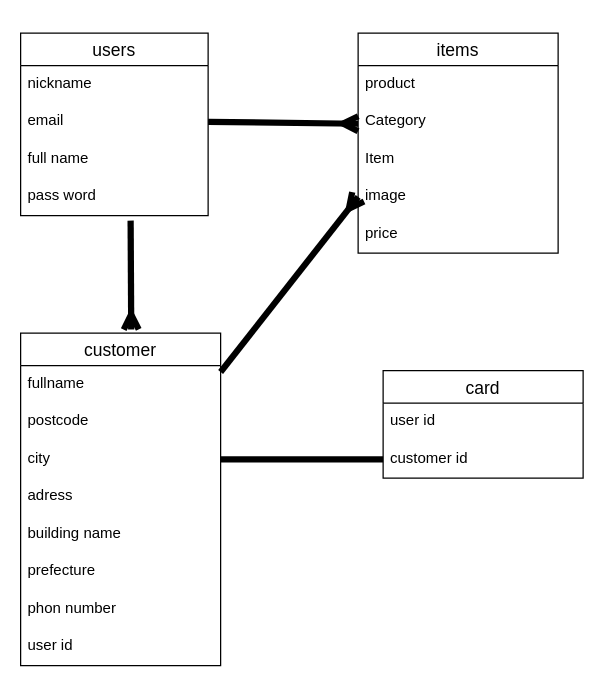
Before: config/readme.dio in tya-suke/furima-38764, a draw.io diagram. Source tidied: cells renumbered, new cells numbered last; positions are measured from the earlier drawing's top-left corner, leaving out a move shared by most shapes. Both pictures are drawn from the tidied source at 125%, with x=0, y=0 at pixel (20, 32).
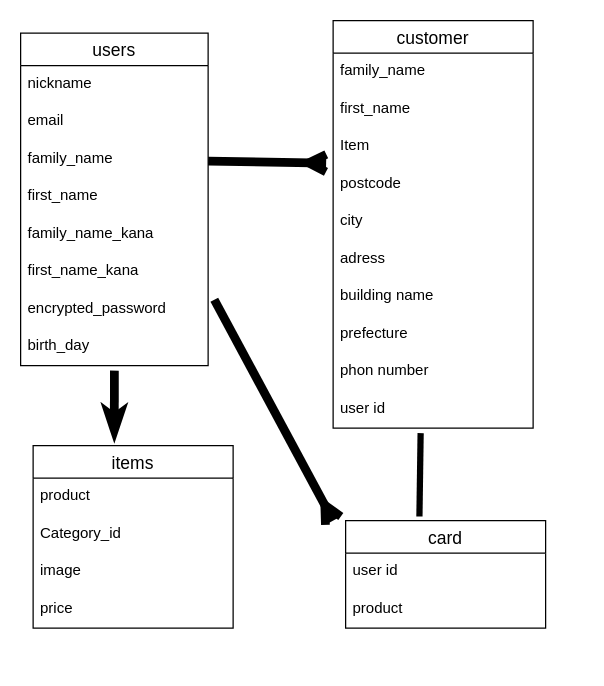
Above is the later version.

The change refers to these unchanged cells:
```xml
<mxCell id="4" value="email" style="text;strokeColor=none;fillColor=none;spacingLeft=4;spacingRight=4;overflow=hidden;points=[[0,0.5],[1,0.5]];portConstraint=eastwest;fontSize=12;" parent="2" vertex="1">
  <mxGeometry y="56" width="150" height="30" as="geometry" />
</mxCell>
```

Change to the diagram source:
```diff
@@
     <mxCell id="2" value="users" style="swimlane;fontStyle=0;horizontal=1;startSize=26;align=center;fontSize=14;rounded=0;" parent="1" vertex="1">
-      <mxGeometry width="150" height="146" as="geometry" />
+      <mxGeometry width="150" height="266" as="geometry" />
     </mxCell>
@@
-    <mxCell id="5" value="full name" style="text;strokeColor=none;fillColor=none;spacingLeft=4;spacingRight=4;overflow=hidden;fontSize=12;" parent="2" vertex="1">
-      <mxGeometry y="86" width="150" height="30" as="geometry" />
-    </mxCell>
-    <mxCell id="6" value="pass word" style="text;strokeColor=none;fillColor=none;spacingLeft=4;spacingRight=4;overflow=hidden;fontSize=12;rounded=0;" parent="2" vertex="1">
-      <mxGeometry y="116" width="150" height="30" as="geometry" />
-    </mxCell>
+    <mxCell id="29" value="family_name " style="text;strokeColor=none;fillColor=none;spacingLeft=4;spacingRight=4;overflow=hidden;points=[[0,0.5],[1,0.5]];portConstraint=eastwest;fontSize=12;" parent="2" vertex="1">
+      <mxGeometry y="86" width="150" height="30" as="geometry" />
+    </mxCell>
+    <mxCell id="30" value="first_name" style="text;strokeColor=none;fillColor=none;spacingLeft=4;spacingRight=4;overflow=hidden;fontSize=12;" parent="2" vertex="1">
+      <mxGeometry y="116" width="150" height="30" as="geometry" />
+    </mxCell>
+    <mxCell id="31" value="family_name_kana " style="text;strokeColor=none;fillColor=none;spacingLeft=4;spacingRight=4;overflow=hidden;fontSize=12;" parent="2" vertex="1">
+      <mxGeometry y="146" width="150" height="30" as="geometry" />
+    </mxCell>
+    <mxCell id="32" value="first_name_kana " style="text;strokeColor=none;fillColor=none;spacingLeft=4;spacingRight=4;overflow=hidden;fontSize=12;" parent="2" vertex="1">
+      <mxGeometry y="176" width="150" height="30" as="geometry" />
+    </mxCell>
+    <mxCell id="33" value="encrypted_password" style="text;strokeColor=none;fillColor=none;spacingLeft=4;spacingRight=4;overflow=hidden;points=[[0,0.5],[1,0.5]];portConstraint=eastwest;fontSize=12;" parent="2" vertex="1">
+      <mxGeometry y="206" width="150" height="30" as="geometry" />
+    </mxCell>
+    <mxCell id="34" value="birth_day " style="text;strokeColor=none;fillColor=none;spacingLeft=4;spacingRight=4;overflow=hidden;fontSize=12;" parent="2" vertex="1">
+      <mxGeometry y="236" width="150" height="30" as="geometry" />
+    </mxCell>
     <mxCell id="7" value="items" style="swimlane;fontStyle=0;horizontal=1;startSize=26;align=center;fontSize=14;rounded=0;" parent="1" vertex="1">
-      <mxGeometry x="270" width="160" height="176" as="geometry" />
+      <mxGeometry x="10" y="330" width="160" height="146" as="geometry" />
     </mxCell>
@@
-    <mxCell id="9" value="Category" style="text;strokeColor=none;fillColor=none;spacingLeft=4;spacingRight=4;overflow=hidden;fontSize=12;rounded=0;" parent="7" vertex="1">
+    <mxCell id="9" value="Category_id" style="text;strokeColor=none;fillColor=none;spacingLeft=4;spacingRight=4;overflow=hidden;fontSize=12;rounded=0;" parent="7" vertex="1">
       <mxGeometry y="56" width="160" height="30" as="geometry" />
     </mxCell>
-    <mxCell id="10" value="Item" style="text;strokeColor=none;fillColor=none;spacingLeft=4;spacingRight=4;overflow=hidden;fontSize=12;" parent="7" vertex="1">
-      <mxGeometry y="86" width="160" height="30" as="geometry" />
-    </mxCell>
     <mxCell id="11" value="image" style="text;strokeColor=none;fillColor=none;spacingLeft=4;spacingRight=4;overflow=hidden;points=[[0,0.5],[1,0.5]];portConstraint=eastwest;fontSize=12;" parent="7" vertex="1">
-      <mxGeometry y="116" width="160" height="30" as="geometry" />
+      <mxGeometry y="86" width="160" height="30" as="geometry" />
     </mxCell>
     <mxCell id="12" value="price" style="text;strokeColor=none;fillColor=none;spacingLeft=4;spacingRight=4;overflow=hidden;fontSize=12;rounded=0;" parent="7" vertex="1">
-      <mxGeometry y="146" width="160" height="30" as="geometry" />
+      <mxGeometry y="116" width="160" height="30" as="geometry" />
     </mxCell>
-    <mxCell id="13" style="html=1;rounded=0;endArrow=ERmany;endFill=0;exitX=1;exitY=0.5;exitDx=0;exitDy=0;strokeWidth=5;strokeColor=default;" parent="1" edge="1" source="4">
-      <mxGeometry relative="1" as="geometry">
-        <mxPoint x="270" y="72.5" as="targetPoint" />
-      </mxGeometry>
-    </mxCell>
-    <mxCell id="14" style="edgeStyle=none;html=1;entryX=0;entryY=0.5;entryDx=0;entryDy=0;strokeWidth=5;endArrow=ERmany;endFill=0;" parent="1" edge="1" source="15" target="11">
-      <mxGeometry relative="1" as="geometry" />
-    </mxCell>
     <mxCell id="15" value="customer" style="swimlane;fontStyle=0;horizontal=1;startSize=26;align=center;fontSize=14;" parent="1" vertex="1">
-      <mxGeometry y="240" width="160" height="266" as="geometry" />
+      <mxGeometry x="250" y="-10" width="160" height="326" as="geometry" />
     </mxCell>
-    <mxCell id="16" value="fullname" style="text;strokeColor=none;fillColor=none;spacingLeft=4;spacingRight=4;overflow=hidden;fontSize=12;" parent="15" vertex="1">
-      <mxGeometry y="26" width="160" height="30" as="geometry" />
-    </mxCell>
+    <mxCell id="35" value="family_name" style="text;strokeColor=none;fillColor=none;spacingLeft=4;spacingRight=4;overflow=hidden;fontSize=12;" parent="15" vertex="1">
+      <mxGeometry y="26" width="160" height="30" as="geometry" />
+    </mxCell>
+    <mxCell id="36" value="first_name " style="text;strokeColor=none;fillColor=none;spacingLeft=4;spacingRight=4;overflow=hidden;fontSize=12;" parent="15" vertex="1">
+      <mxGeometry y="56" width="160" height="30" as="geometry" />
+    </mxCell>
+    <mxCell id="10" value="Item" style="text;strokeColor=none;fillColor=none;spacingLeft=4;spacingRight=4;overflow=hidden;fontSize=12;" parent="15" vertex="1">
+      <mxGeometry y="86" width="160" height="30" as="geometry" />
+    </mxCell>
     <mxCell id="17" value="postcode" style="text;strokeColor=none;fillColor=none;spacingLeft=4;spacingRight=4;overflow=hidden;points=[[0,0.5],[1,0.5]];portConstraint=eastwest;fontSize=12;" parent="15" vertex="1">
-      <mxGeometry y="56" width="160" height="30" as="geometry" />
+      <mxGeometry y="116" width="160" height="30" as="geometry" />
     </mxCell>
     <mxCell id="18" value="city" style="text;strokeColor=none;fillColor=none;spacingLeft=4;spacingRight=4;overflow=hidden;points=[[0,0.5],[1,0.5]];portConstraint=eastwest;fontSize=12;" parent="15" vertex="1">
-      <mxGeometry y="86" width="160" height="30" as="geometry" />
+      <mxGeometry y="146" width="160" height="30" as="geometry" />
     </mxCell>
     <mxCell id="19" value="adress" style="text;strokeColor=none;fillColor=none;spacingLeft=4;spacingRight=4;overflow=hidden;fontSize=12;" parent="15" vertex="1">
-      <mxGeometry y="116" width="160" height="30" as="geometry" />
+      <mxGeometry y="176" width="160" height="30" as="geometry" />
     </mxCell>
     <mxCell id="20" value="building name" style="text;strokeColor=none;fillColor=none;spacingLeft=4;spacingRight=4;overflow=hidden;fontSize=12;" parent="15" vertex="1">
-      <mxGeometry y="146" width="160" height="30" as="geometry" />
+      <mxGeometry y="206" width="160" height="30" as="geometry" />
     </mxCell>
     <mxCell id="21" value="prefecture" style="text;strokeColor=none;fillColor=none;spacingLeft=4;spacingRight=4;overflow=hidden;fontSize=12;" parent="15" vertex="1">
-      <mxGeometry y="176" width="160" height="30" as="geometry" />
+      <mxGeometry y="236" width="160" height="30" as="geometry" />
     </mxCell>
     <mxCell id="22" value="phon number" style="text;strokeColor=none;fillColor=none;spacingLeft=4;spacingRight=4;overflow=hidden;fontSize=12;" parent="15" vertex="1">
-      <mxGeometry y="206" width="160" height="30" as="geometry" />
+      <mxGeometry y="266" width="160" height="30" as="geometry" />
     </mxCell>
     <mxCell id="23" value="user id" style="text;strokeColor=none;fillColor=none;spacingLeft=4;spacingRight=4;overflow=hidden;fontSize=12;" parent="15" vertex="1">
-      <mxGeometry y="236" width="160" height="30" as="geometry" />
+      <mxGeometry y="296" width="160" height="30" as="geometry" />
     </mxCell>
     <mxCell id="24" value="card" style="swimlane;fontStyle=0;horizontal=1;startSize=26;align=center;fontSize=14;" parent="1" vertex="1">
-      <mxGeometry x="290" y="270" width="160" height="86" as="geometry" />
+      <mxGeometry x="260" y="390" width="160" height="86" as="geometry" />
     </mxCell>
@@
-    <mxCell id="26" value="customer id" style="text;strokeColor=none;fillColor=none;spacingLeft=4;spacingRight=4;overflow=hidden;points=[[0,0.5],[1,0.5]];portConstraint=eastwest;fontSize=12;" parent="24" vertex="1">
+    <mxCell id="26" value="product " style="text;strokeColor=none;fillColor=none;spacingLeft=4;spacingRight=4;overflow=hidden;points=[[0,0.5],[1,0.5]];portConstraint=eastwest;fontSize=12;" parent="24" vertex="1">
       <mxGeometry y="56" width="160" height="30" as="geometry" />
     </mxCell>
-    <mxCell id="27" style="edgeStyle=none;html=1;entryX=0.553;entryY=-0.011;entryDx=0;entryDy=0;entryPerimeter=0;endArrow=ERmany;endFill=0;strokeColor=default;strokeWidth=5;" parent="1" edge="1" target="15">
-      <mxGeometry relative="1" as="geometry">
-        <mxPoint x="88" y="150" as="sourcePoint" />
-      </mxGeometry>
-    </mxCell>
-    <mxCell id="28" style="edgeStyle=none;html=1;exitX=1;exitY=0.5;exitDx=0;exitDy=0;entryX=0;entryY=0.5;entryDx=0;entryDy=0;endArrow=none;endFill=0;strokeWidth=5;" parent="1" edge="1" source="18" target="26">
-      <mxGeometry relative="1" as="geometry" />
+    <mxCell id="28" style="edgeStyle=none;html=1;endArrow=none;endFill=0;strokeWidth=5;entryX=0.369;entryY=-0.039;entryDx=0;entryDy=0;entryPerimeter=0;" parent="1" edge="1" target="24">
+      <mxGeometry relative="1" as="geometry">
+        <mxPoint x="320" y="320" as="sourcePoint" />
+      </mxGeometry>
     </mxCell>
+    <mxCell id="37" style="edgeStyle=none;html=1;entryX=-0.035;entryY=-0.067;entryDx=0;entryDy=0;entryPerimeter=0;endArrow=ERmany;endFill=0;strokeWidth=7;" parent="1" edge="1" source="29" target="17">
+      <mxGeometry relative="1" as="geometry" />
+    </mxCell>
+    <mxCell id="38" style="edgeStyle=none;html=1;endArrow=ERmany;endFill=0;strokeWidth=7;exitX=1.033;exitY=0.244;exitDx=0;exitDy=0;exitPerimeter=0;" parent="1" edge="1" source="33">
+      <mxGeometry relative="1" as="geometry">
+        <mxPoint x="250" y="390" as="targetPoint" />
+      </mxGeometry>
+    </mxCell>
+    <mxCell id="39" style="edgeStyle=none;html=1;endArrow=classicThin;endFill=1;strokeWidth=7;entryX=0.406;entryY=-0.032;entryDx=0;entryDy=0;entryPerimeter=0;" parent="1" edge="1" target="7">
+      <mxGeometry relative="1" as="geometry">
+        <mxPoint x="75" y="270" as="sourcePoint" />
+      </mxGeometry>
+    </mxCell>
```
